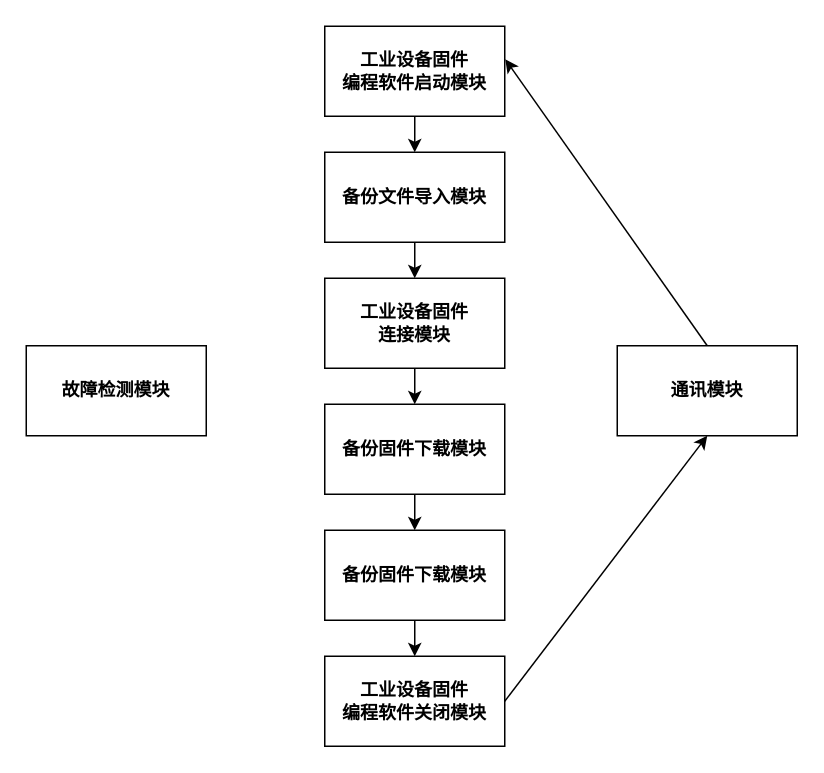
Alpha-Girl/drawio keeps this draw.io diagram as back system.drawio. Above is the earlier version. Source tidied: cells renumbered, new cells numbered last; positions are measured from the earlier drawing's top-left corner, leaving out a move shared by most shapes. Both pictures are drawn from the tidied source at 150%, with x=0, y=0 at pixel (26, 26).
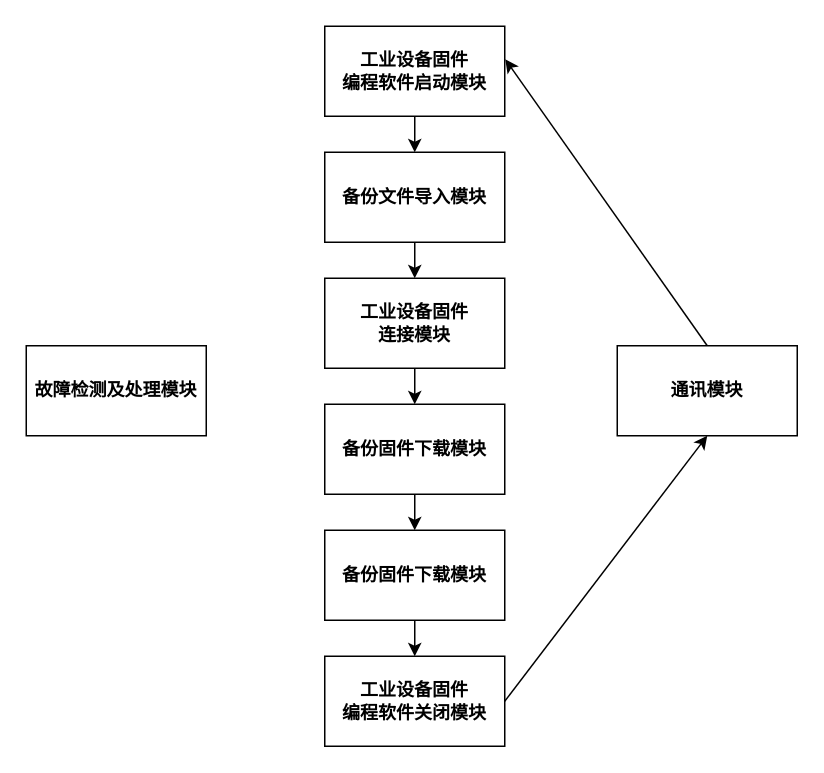
Above is the later version.

Diff of the diagram source:
```diff
@@
 <mxGraphModel>
   <root>
     <mxCell id="0" />
     <mxCell id="1" parent="0" />
     <mxCell id="2" style="edgeStyle=none;rounded=0;jettySize=auto;html=1;exitX=0.5;exitY=1;exitDx=0;exitDy=0;entryX=0.5;entryY=0;entryDx=0;entryDy=0;fontSize=12;" parent="1" edge="1" source="3" target="5">
       <mxGeometry relative="1" as="geometry" />
     </mxCell>
     <mxCell id="3" value="&lt;font style=&quot;font-size: 12px&quot;&gt;工业设备固件&lt;br&gt;编程软件启动模块&lt;/font&gt;" style="rounded=0;whiteSpace=wrap;html=1;fontStyle=1;" parent="1" vertex="1">
       <mxGeometry x="199" width="120" height="60" as="geometry" />
     </mxCell>
     <mxCell id="4" style="edgeStyle=none;rounded=0;jettySize=auto;html=1;exitX=0.5;exitY=1;exitDx=0;exitDy=0;entryX=0.5;entryY=0;entryDx=0;entryDy=0;fontSize=12;" parent="1" edge="1" source="5" target="7">
       <mxGeometry relative="1" as="geometry" />
     </mxCell>
     <mxCell id="5" value="&lt;font style=&quot;font-size: 12px&quot;&gt;备份文件导入模块&lt;/font&gt;" style="rounded=0;whiteSpace=wrap;html=1;fontStyle=1;" parent="1" vertex="1">
       <mxGeometry x="199" y="84" width="120" height="60" as="geometry" />
     </mxCell>
     <mxCell id="6" style="edgeStyle=none;rounded=0;jettySize=auto;html=1;exitX=0.5;exitY=1;exitDx=0;exitDy=0;fontSize=12;" parent="1" edge="1" source="7" target="9">
       <mxGeometry relative="1" as="geometry" />
     </mxCell>
     <mxCell id="7" value="&lt;font style=&quot;font-size: 12px&quot;&gt;工业设备固件&lt;br&gt;连接模块&lt;/font&gt;" style="rounded=0;whiteSpace=wrap;html=1;fontStyle=1;" parent="1" vertex="1">
       <mxGeometry x="199" y="168" width="120" height="60" as="geometry" />
     </mxCell>
     <mxCell id="8" style="edgeStyle=none;rounded=0;jettySize=auto;html=1;exitX=0.5;exitY=1;exitDx=0;exitDy=0;entryX=0.5;entryY=0;entryDx=0;entryDy=0;fontSize=12;" parent="1" edge="1" source="9" target="11">
       <mxGeometry relative="1" as="geometry" />
     </mxCell>
     <mxCell id="9" value="&lt;font style=&quot;font-size: 12px&quot;&gt;备份固件下载模块&lt;/font&gt;" style="rounded=0;whiteSpace=wrap;html=1;fontStyle=1;" parent="1" vertex="1">
       <mxGeometry x="199" y="252" width="120" height="60" as="geometry" />
     </mxCell>
     <mxCell id="10" style="edgeStyle=none;rounded=0;jettySize=auto;html=1;exitX=0.5;exitY=1;exitDx=0;exitDy=0;fontSize=12;" parent="1" edge="1" source="11" target="13">
       <mxGeometry relative="1" as="geometry" />
     </mxCell>
     <mxCell id="11" value="&lt;font style=&quot;font-size: 12px&quot;&gt;备份固件下载模块&lt;/font&gt;" style="rounded=0;whiteSpace=wrap;html=1;fontStyle=1;" parent="1" vertex="1">
       <mxGeometry x="199" y="336" width="120" height="60" as="geometry" />
     </mxCell>
     <mxCell id="12" style="edgeStyle=none;rounded=0;jettySize=auto;html=1;exitX=1;exitY=0.5;exitDx=0;exitDy=0;entryX=0.5;entryY=1;entryDx=0;entryDy=0;fontSize=12;" parent="1" edge="1" source="13" target="16">
       <mxGeometry relative="1" as="geometry" />
     </mxCell>
     <mxCell id="13" value="&lt;font style=&quot;font-size: 12px&quot;&gt;工业设备固件&lt;br&gt;编程软件关闭模块&lt;/font&gt;" style="rounded=0;whiteSpace=wrap;html=1;fontStyle=1;" parent="1" vertex="1">
       <mxGeometry x="199" y="420" width="120" height="60" as="geometry" />
     </mxCell>
-    <mxCell id="14" value="&lt;font style=&quot;font-size: 12px&quot;&gt;故障检测模块&lt;/font&gt;" style="rounded=0;whiteSpace=wrap;html=1;fontStyle=1;" parent="1" vertex="1">
+    <mxCell id="14" value="&lt;font style=&quot;font-size: 12px&quot;&gt;故障检测及处理模块&lt;/font&gt;" style="rounded=0;whiteSpace=wrap;html=1;fontStyle=1;" parent="1" vertex="1">
       <mxGeometry y="213" width="120" height="60" as="geometry" />
     </mxCell>
     <mxCell id="15" style="rounded=0;jettySize=auto;html=1;exitX=0.5;exitY=0;exitDx=0;exitDy=0;entryX=1.003;entryY=0.367;entryDx=0;entryDy=0;entryPerimeter=0;fontSize=12;" parent="1" edge="1" source="16" target="3">
       <mxGeometry relative="1" as="geometry" />
     </mxCell>
     <mxCell id="16" value="&lt;font style=&quot;font-size: 12px&quot;&gt;通讯模块&lt;/font&gt;" style="rounded=0;whiteSpace=wrap;html=1;fontStyle=1;" parent="1" vertex="1">
       <mxGeometry x="394" y="213" width="120" height="60" as="geometry" />
     </mxCell>
   </root>
 </mxGraphModel>
```
